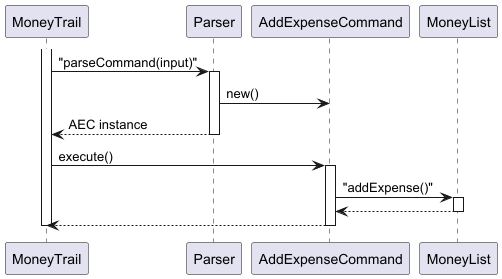
The PlantUML diagram docs/diagrams/Command_Seq.png in EdwinTun98/tp, before a commit.
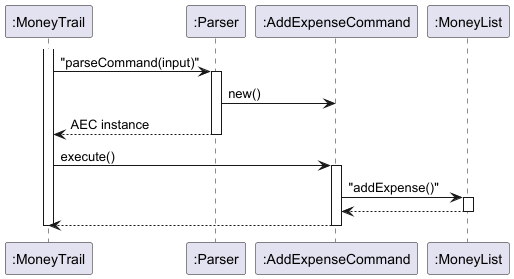
After the change.

What changed in the source:
```diff
@@ -1,8 +1,8 @@
 @startuml Command_Execution_Activation
-participant MoneyTrail
-participant Parser
-participant "AddExpenseCommand" as AEC
-participant MoneyList
+participant MoneyTrail as ":MoneyTrail"
+participant Parser as ":Parser"
+participant ":AddExpenseCommand" as AEC
+participant MoneyList as ":MoneyList"
 
 activate MoneyTrail
 MoneyTrail -> Parser : "parseCommand(input)"
```
